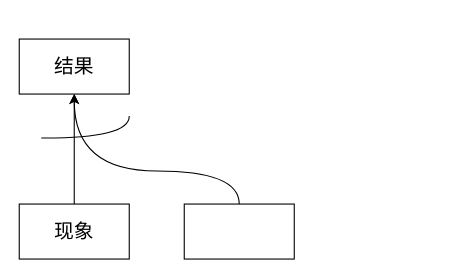
The draw.io diagram Test.drawio in gitpigzhusj/draw.io, before the edit. Source tidied: cells renumbered, new cells numbered last; positions are measured from the earlier drawing's top-left corner, leaving out a move shared by most shapes. Both pictures are drawn from the tidied source at 110%, with x=0, y=0 at pixel (19, 38).
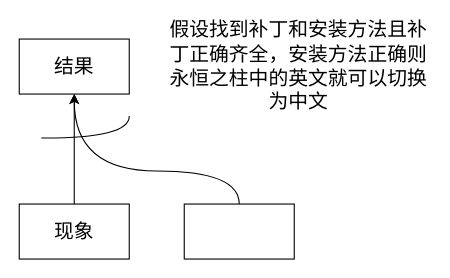
Above is the later version.

What changed in the source:
```diff
@@
 <mxGraphModel>
   <root>
     <mxCell id="0" />
     <mxCell id="1" parent="0" />
     <mxCell id="2" style="edgeStyle=orthogonalEdgeStyle;rounded=0;jettySize=auto;html=1;entryX=0.5;entryY=1;entryDx=0;entryDy=0;" parent="1" edge="1" source="3" target="4">
       <mxGeometry relative="1" as="geometry" />
     </mxCell>
     <mxCell id="3" value="&lt;font style=&quot;font-size: 18px;&quot;&gt;现象&lt;/font&gt;" style="rounded=0;whiteSpace=wrap;html=1;" parent="1" vertex="1">
       <mxGeometry y="150" width="100" height="50" as="geometry" />
     </mxCell>
     <mxCell id="4" value="&lt;font style=&quot;font-size: 18px;&quot;&gt;结果&lt;/font&gt;" style="rounded=0;whiteSpace=wrap;html=1;" parent="1" vertex="1">
       <mxGeometry width="100" height="50" as="geometry" />
     </mxCell>
     <mxCell id="5" style="edgeStyle=orthogonalEdgeStyle;rounded=0;jettySize=auto;html=1;entryX=0.5;entryY=1;entryDx=0;entryDy=0;curved=1;" parent="1" edge="1" source="6" target="4">
       <mxGeometry relative="1" as="geometry">
         <Array as="points">
           <mxPoint x="200" y="120" />
           <mxPoint x="50" y="120" />
         </Array>
       </mxGeometry>
     </mxCell>
     <mxCell id="6" style="rounded=0;whiteSpace=wrap;html=1;" parent="1" vertex="1">
       <mxGeometry x="150" y="150" width="100" height="50" as="geometry" />
     </mxCell>
     <mxCell id="7" style="endArrow=none;html=1;rounded=0;edgeStyle=orthogonalEdgeStyle;curved=1;" parent="1" edge="1">
       <mxGeometry relative="1" as="geometry">
         <mxPoint x="20" y="90" as="sourcePoint" />
         <mxPoint x="100" y="70" as="targetPoint" />
       </mxGeometry>
     </mxCell>
+    <mxCell id="8" value="&lt;font style=&quot;font-size: 18px;&quot;&gt;假设找到补丁和安装方法且补丁正确齐全，安装方法正确则永恒之柱中的英文就可以切换为中文&lt;/font&gt;" style="text;html=1;strokeColor=none;fillColor=none;align=center;verticalAlign=middle;whiteSpace=wrap;rounded=0;" parent="1" vertex="1">
+      <mxGeometry x="134" y="-10" width="240" height="70" as="geometry" />
+    </mxCell>
   </root>
 </mxGraphModel>
```
